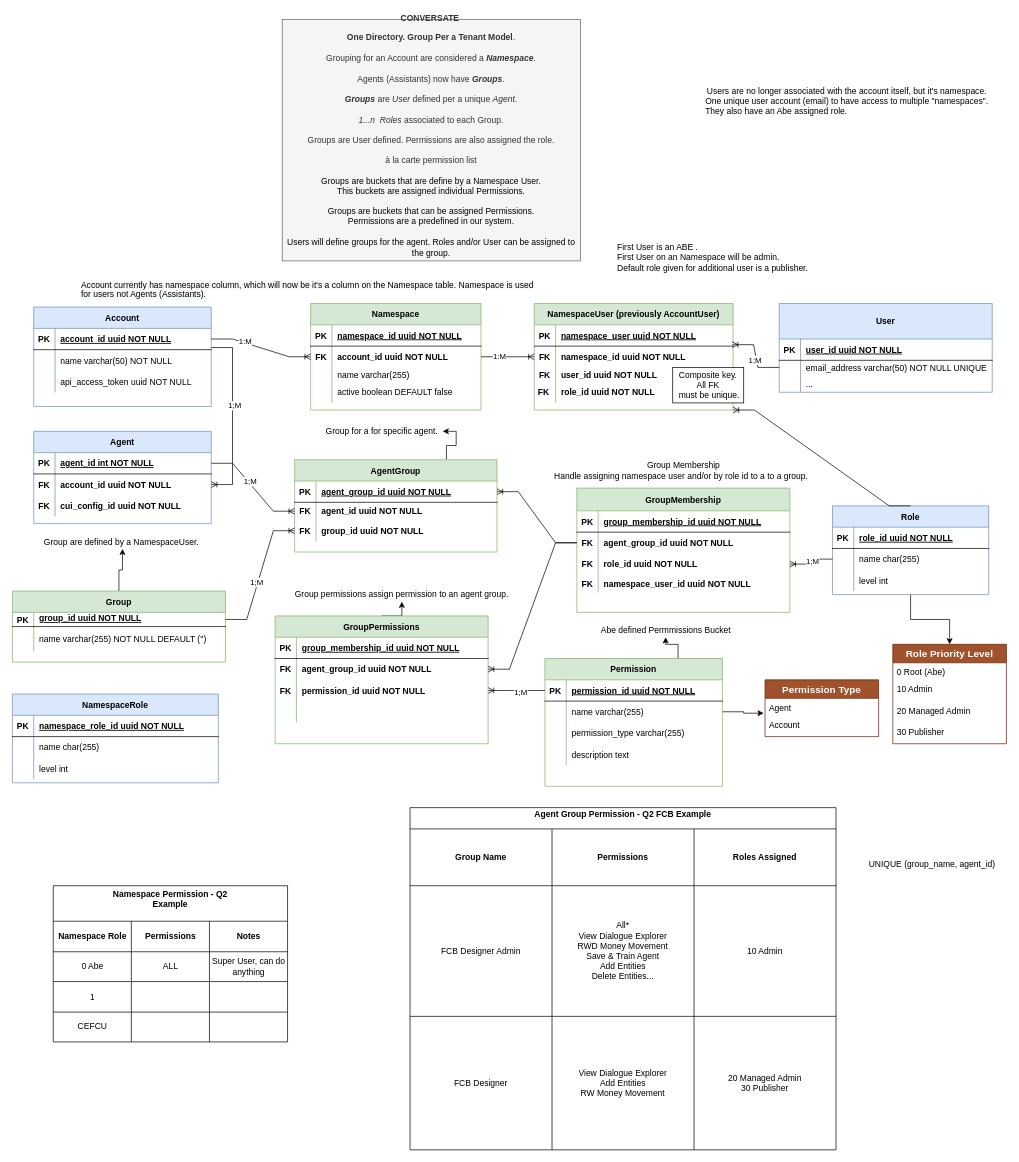
This is page "Diagram" (1 of 3) of Untitled Diagram.drawio from toyabeai/diagrams, a draw.io file, before an edit. Source tidied: cells renumbered, new cells numbered last; positions are measured from the earlier drawing's top-left corner, leaving out a move shared by most shapes. Both pictures are drawn from the tidied source at 71%, with x=0, y=0 at pixel (12, 19).
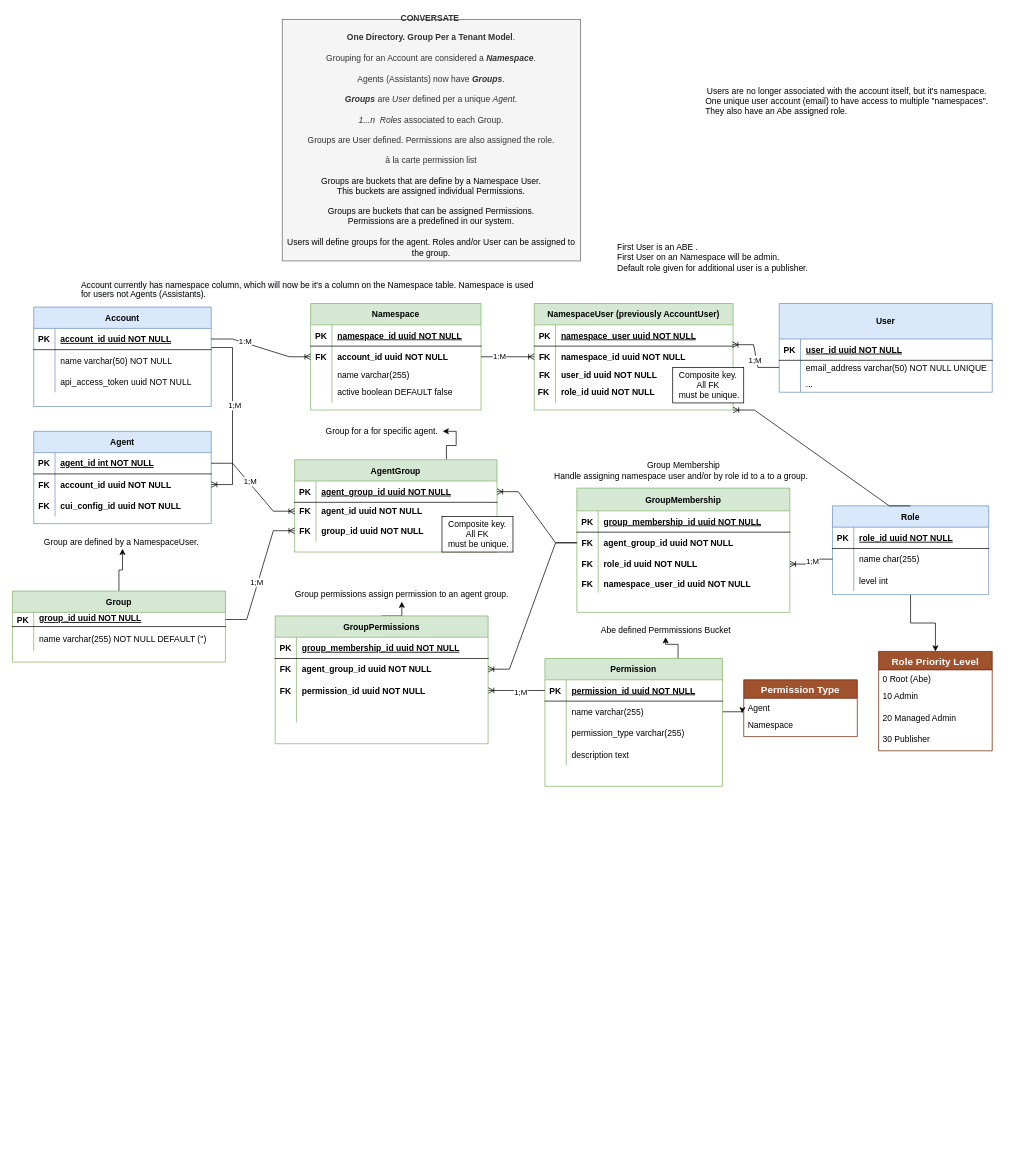
The same diagram, later.

Diff of the diagram source:
```diff
@@
-    <mxCell id="111" value="UNIQUE (group_name, agent_id)&lt;br&gt;" style="text;html=1;align=center;verticalAlign=middle;strokeColor=none;fillColor=none;" parent="1" vertex="1">
-      <mxGeometry x="1200" y="1180" width="190" height="20" as="geometry" />
-    </mxCell>
@@
     <mxCell id="120" value="Role Priority Level" style="swimlane;fontStyle=1;horizontal=1;startSize=26;align=center;fontSize=14;fillColor=#a0522d;strokeColor=#6D1F00;fontColor=#ffffff;" parent="1" vertex="1">
-      <mxGeometry x="1240" y="880" width="160" height="140" as="geometry" />
+      <mxGeometry x="1220" y="890" width="160" height="140" as="geometry" />
     </mxCell>
@@
-    <mxCell id="143" value="Namespace Permission - Q2&#10;Example&#10;" style="shape=table;startSize=50;childLayout=tableLayout;fontStyle=1;align=center;fontColor=#000000;" parent="1" vertex="1">
-      <mxGeometry x="57.5" y="1220" width="330" height="220" as="geometry" />
-    </mxCell>
-    <mxCell id="144" style="shape=tableRow;horizontal=0;startSize=0;swimlaneHead=0;swimlaneBody=0;top=0;left=0;bottom=0;right=0;fillColor=none;fontColor=#000000;" parent="143" vertex="1">
-      <mxGeometry y="50" width="330" height="43" as="geometry" />
-    </mxCell>
-    <mxCell id="145" value="Namespace Role" style="shape=partialRectangle;html=1;whiteSpace=wrap;fillColor=none;top=0;left=0;bottom=0;right=0;overflow=hidden;fontColor=#000000;fontStyle=1;" parent="144" vertex="1">
-      <mxGeometry width="110" height="43" as="geometry" />
-    </mxCell>
-    <mxCell id="146" value="Permissions" style="shape=partialRectangle;html=1;whiteSpace=wrap;fillColor=none;top=0;left=0;bottom=0;right=0;overflow=hidden;fontColor=#000000;fontStyle=1;" parent="144" vertex="1">
-      <mxGeometry x="110" width="110" height="43" as="geometry" />
-    </mxCell>
-    <mxCell id="147" value="Notes" style="shape=partialRectangle;html=1;whiteSpace=wrap;fillColor=none;top=0;left=0;bottom=0;right=0;overflow=hidden;fontColor=#000000;fontStyle=1;" parent="144" vertex="1">
-      <mxGeometry x="220" width="110" height="43" as="geometry" />
-    </mxCell>
-    <mxCell id="148" style="shape=tableRow;horizontal=0;startSize=0;swimlaneHead=0;swimlaneBody=0;top=0;left=0;bottom=0;right=0;fillColor=none;fontColor=#000000;" parent="143" vertex="1">
-      <mxGeometry y="93" width="330" height="42" as="geometry" />
-    </mxCell>
-    <mxCell id="149" value="0 Abe" style="shape=partialRectangle;html=1;whiteSpace=wrap;fillColor=none;top=0;left=0;bottom=0;right=0;overflow=hidden;fontColor=#000000;" parent="148" vertex="1">
-      <mxGeometry width="110" height="42" as="geometry" />
-    </mxCell>
-    <mxCell id="150" value="ALL" style="shape=partialRectangle;html=1;whiteSpace=wrap;fillColor=none;top=0;left=0;bottom=0;right=0;overflow=hidden;fontColor=#000000;" parent="148" vertex="1">
-      <mxGeometry x="110" width="110" height="42" as="geometry" />
-    </mxCell>
-    <mxCell id="151" value="Super User, can do anything" style="shape=partialRectangle;html=1;whiteSpace=wrap;fillColor=none;top=0;left=0;bottom=0;right=0;overflow=hidden;fontColor=#000000;" parent="148" vertex="1">
-      <mxGeometry x="220" width="110" height="42" as="geometry" />
-    </mxCell>
-    <mxCell id="152" style="shape=tableRow;horizontal=0;startSize=0;swimlaneHead=0;swimlaneBody=0;top=0;left=0;bottom=0;right=0;fillColor=none;fontColor=#000000;" parent="143" vertex="1">
-      <mxGeometry y="135" width="330" height="43" as="geometry" />
-    </mxCell>
-    <mxCell id="153" value="1" style="shape=partialRectangle;html=1;whiteSpace=wrap;fillColor=none;top=0;left=0;bottom=0;right=0;overflow=hidden;fontColor=#000000;" parent="152" vertex="1">
-      <mxGeometry width="110" height="43" as="geometry" />
-    </mxCell>
-    <mxCell id="154" style="shape=partialRectangle;html=1;whiteSpace=wrap;fillColor=none;top=0;left=0;bottom=0;right=0;overflow=hidden;fontColor=#000000;" parent="152" vertex="1">
-      <mxGeometry x="110" width="110" height="43" as="geometry" />
-    </mxCell>
-    <mxCell id="155" style="shape=partialRectangle;html=1;whiteSpace=wrap;fillColor=none;top=0;left=0;bottom=0;right=0;overflow=hidden;fontColor=#000000;" parent="152" vertex="1">
-      <mxGeometry x="220" width="110" height="43" as="geometry" />
-    </mxCell>
-    <mxCell id="156" style="shape=tableRow;horizontal=0;startSize=0;swimlaneHead=0;swimlaneBody=0;top=0;left=0;bottom=0;right=0;fillColor=none;fontColor=#000000;" parent="143" vertex="1">
-      <mxGeometry y="178" width="330" height="42" as="geometry" />
-    </mxCell>
-    <mxCell id="157" value="CEFCU" style="shape=partialRectangle;html=1;whiteSpace=wrap;fillColor=none;top=0;left=0;bottom=0;right=0;overflow=hidden;fontColor=#000000;" parent="156" vertex="1">
-      <mxGeometry width="110" height="42" as="geometry" />
-    </mxCell>
-    <mxCell id="158" style="shape=partialRectangle;html=1;whiteSpace=wrap;fillColor=none;top=0;left=0;bottom=0;right=0;overflow=hidden;fontColor=#000000;" parent="156" vertex="1">
-      <mxGeometry x="110" width="110" height="42" as="geometry" />
-    </mxCell>
-    <mxCell id="159" style="shape=partialRectangle;html=1;whiteSpace=wrap;fillColor=none;top=0;left=0;bottom=0;right=0;overflow=hidden;fontColor=#000000;" parent="156" vertex="1">
-      <mxGeometry x="220" width="110" height="42" as="geometry" />
-    </mxCell>
-    <mxCell id="160" value="Agent Group Permission - Q2 FCB Example&#10;" style="shape=table;startSize=30;childLayout=tableLayout;fontStyle=1;align=center;fontColor=#000000;" parent="1" vertex="1">
-      <mxGeometry x="560" y="1110" width="600" height="482" as="geometry" />
-    </mxCell>
-    <mxCell id="161" style="shape=tableRow;horizontal=0;startSize=0;swimlaneHead=0;swimlaneBody=0;top=0;left=0;bottom=0;right=0;fillColor=none;fontColor=#000000;" parent="160" vertex="1">
-      <mxGeometry y="30" width="600" height="80" as="geometry" />
-    </mxCell>
-    <mxCell id="162" value="Group Name" style="shape=partialRectangle;html=1;whiteSpace=wrap;fillColor=none;top=0;left=0;bottom=0;right=0;overflow=hidden;fontColor=#000000;fontStyle=1;" parent="161" vertex="1">
-      <mxGeometry width="200" height="80" as="geometry" />
-    </mxCell>
-    <mxCell id="163" value="Permissions" style="shape=partialRectangle;html=1;whiteSpace=wrap;fillColor=none;top=0;left=0;bottom=0;right=0;overflow=hidden;fontColor=#000000;fontStyle=1;" parent="161" vertex="1">
-      <mxGeometry x="200" width="200" height="80" as="geometry" />
-    </mxCell>
-    <mxCell id="164" value="&lt;b&gt;Roles Assigned&lt;/b&gt;" style="shape=partialRectangle;html=1;whiteSpace=wrap;fillColor=none;top=0;left=0;bottom=0;right=0;overflow=hidden;fontColor=#000000;" parent="161" vertex="1">
-      <mxGeometry x="400" width="200" height="80" as="geometry" />
-    </mxCell>
-    <mxCell id="165" style="shape=tableRow;horizontal=0;startSize=0;swimlaneHead=0;swimlaneBody=0;top=0;left=0;bottom=0;right=0;fillColor=none;fontColor=#000000;" parent="160" vertex="1">
-      <mxGeometry y="110" width="600" height="184" as="geometry" />
-    </mxCell>
-    <mxCell id="166" value="FCB Designer Admin" style="shape=partialRectangle;html=1;whiteSpace=wrap;fillColor=none;top=0;left=0;bottom=0;right=0;overflow=hidden;fontColor=#000000;" parent="165" vertex="1">
-      <mxGeometry width="200" height="184" as="geometry" />
-    </mxCell>
-    <mxCell id="167" value="All*&lt;br&gt;View Dialogue Explorer&lt;br&gt;RWD Money Movement&lt;br&gt;Save &amp;amp; Train Agent&lt;br&gt;Add Entities&lt;br&gt;Delete Entities..." style="shape=partialRectangle;html=1;whiteSpace=wrap;fillColor=none;top=0;left=0;bottom=0;right=0;overflow=hidden;fontColor=#000000;align=center;" parent="165" vertex="1">
-      <mxGeometry x="200" width="200" height="184" as="geometry" />
-    </mxCell>
-    <mxCell id="168" value="10 Admin" style="shape=partialRectangle;html=1;whiteSpace=wrap;fillColor=none;top=0;left=0;bottom=0;right=0;overflow=hidden;fontColor=#000000;" parent="165" vertex="1">
-      <mxGeometry x="400" width="200" height="184" as="geometry" />
-    </mxCell>
-    <mxCell id="169" style="shape=tableRow;horizontal=0;startSize=0;swimlaneHead=0;swimlaneBody=0;top=0;left=0;bottom=0;right=0;fillColor=none;fontColor=#000000;" parent="160" vertex="1">
-      <mxGeometry y="294" width="600" height="188" as="geometry" />
-    </mxCell>
-    <mxCell id="170" value="FCB Designer" style="shape=partialRectangle;html=1;whiteSpace=wrap;fillColor=none;top=0;left=0;bottom=0;right=0;overflow=hidden;fontColor=#000000;" parent="169" vertex="1">
-      <mxGeometry width="200" height="188" as="geometry" />
-    </mxCell>
-    <mxCell id="171" value="View Dialogue Explorer&lt;br&gt;Add Entities&lt;br&gt;RW Money Movement" style="shape=partialRectangle;html=1;whiteSpace=wrap;fillColor=none;top=0;left=0;bottom=0;right=0;overflow=hidden;fontColor=#000000;" parent="169" vertex="1">
-      <mxGeometry x="200" width="200" height="188" as="geometry" />
-    </mxCell>
-    <mxCell id="172" value="20 Managed Admin&lt;br&gt;30 Publisher" style="shape=partialRectangle;html=1;whiteSpace=wrap;fillColor=none;top=0;left=0;bottom=0;right=0;overflow=hidden;fontColor=#000000;" parent="169" vertex="1">
-      <mxGeometry x="400" width="200" height="188" as="geometry" />
-    </mxCell>
     <mxCell id="173" value="Permission Type" style="swimlane;fontStyle=1;horizontal=1;startSize=26;align=center;fontSize=14;fillColor=#a0522d;strokeColor=#6D1F00;fontColor=#ffffff;" parent="1" vertex="1">
-      <mxGeometry x="1060" y="930" width="160" height="80" as="geometry" />
+      <mxGeometry x="1030" y="930" width="160" height="80" as="geometry" />
     </mxCell>
@@
-    <mxCell id="175" value="Account" style="text;spacingLeft=4;spacingRight=4;overflow=hidden;points=[[0,0.5],[1,0.5]];portConstraint=eastwest;fontSize=12;" parent="173" vertex="1">
+    <mxCell id="175" value="Namespace" style="text;spacingLeft=4;spacingRight=4;overflow=hidden;points=[[0,0.5],[1,0.5]];portConstraint=eastwest;fontSize=12;" parent="173" vertex="1">
       <mxGeometry y="50" width="160" height="30" as="geometry" />
     </mxCell>
@@
-    <mxCell id="199" value="NamespaceRole" style="shape=table;startSize=30;childLayout=tableLayout;rowLines=0;fontStyle=1;align=center;fillColor=#dae8fc;strokeColor=#6c8ebf;" parent="1" vertex="1">
-      <mxGeometry y="950" width="290" height="125" as="geometry" />
-    </mxCell>
-    <mxCell id="200" style="shape=tableRow;horizontal=0;startSize=0;swimlaneHead=0;swimlaneBody=0;fillColor=none;top=0;left=0;right=0;bottom=1;" parent="199" vertex="1">
-      <mxGeometry y="30" width="290" height="30" as="geometry" />
-    </mxCell>
-    <mxCell id="201" value="PK" style="shape=partialRectangle;fillColor=none;top=0;left=0;bottom=0;right=0;fontStyle=1;overflow=hidden;" parent="200" vertex="1">
-      <mxGeometry width="30" height="30" as="geometry" />
-    </mxCell>
-    <mxCell id="202" value="namespace_role_id uuid NOT NULL" style="shape=partialRectangle;fillColor=none;top=0;left=0;bottom=0;right=0;align=left;spacingLeft=6;fontStyle=5;overflow=hidden;" parent="200" vertex="1">
-      <mxGeometry x="30" width="260" height="30" as="geometry" />
-    </mxCell>
-    <mxCell id="203" style="shape=tableRow;horizontal=0;startSize=0;swimlaneHead=0;swimlaneBody=0;fillColor=none;top=0;left=0;right=0;bottom=0;" parent="199" vertex="1">
-      <mxGeometry y="60" width="290" height="30" as="geometry" />
-    </mxCell>
-    <mxCell id="204" style="shape=partialRectangle;fillColor=none;top=0;left=0;bottom=0;right=0;overflow=hidden;" parent="203" vertex="1">
-      <mxGeometry width="30" height="30" as="geometry" />
-    </mxCell>
-    <mxCell id="205" value="name char(255)" style="shape=partialRectangle;fillColor=none;top=0;left=0;bottom=0;right=0;align=left;spacingLeft=6;overflow=hidden;" parent="203" vertex="1">
-      <mxGeometry x="30" width="260" height="30" as="geometry" />
-    </mxCell>
-    <mxCell id="206" style="shape=tableRow;horizontal=0;startSize=0;swimlaneHead=0;swimlaneBody=0;fillColor=none;top=0;left=0;right=0;bottom=0;fontColor=#000000;" parent="199" vertex="1">
-      <mxGeometry y="90" width="290" height="30" as="geometry" />
-    </mxCell>
-    <mxCell id="207" style="shape=partialRectangle;fillColor=none;top=0;left=0;bottom=0;right=0;overflow=hidden;fontColor=#000000;" parent="206" vertex="1">
-      <mxGeometry width="30" height="30" as="geometry" />
-    </mxCell>
-    <mxCell id="208" value="level int" style="shape=partialRectangle;fillColor=none;top=0;left=0;bottom=0;right=0;align=left;spacingLeft=6;overflow=hidden;fontColor=#000000;" parent="206" vertex="1">
-      <mxGeometry x="30" width="260" height="30" as="geometry" />
-    </mxCell>
+    <mxCell id="209" value="Composite key.&lt;br&gt;All FK&lt;br&gt;&amp;nbsp;must be unique." style="whiteSpace=wrap;html=1;" parent="1" vertex="1">
+      <mxGeometry x="605" y="700" width="100" height="50" as="geometry" />
+    </mxCell>
```
